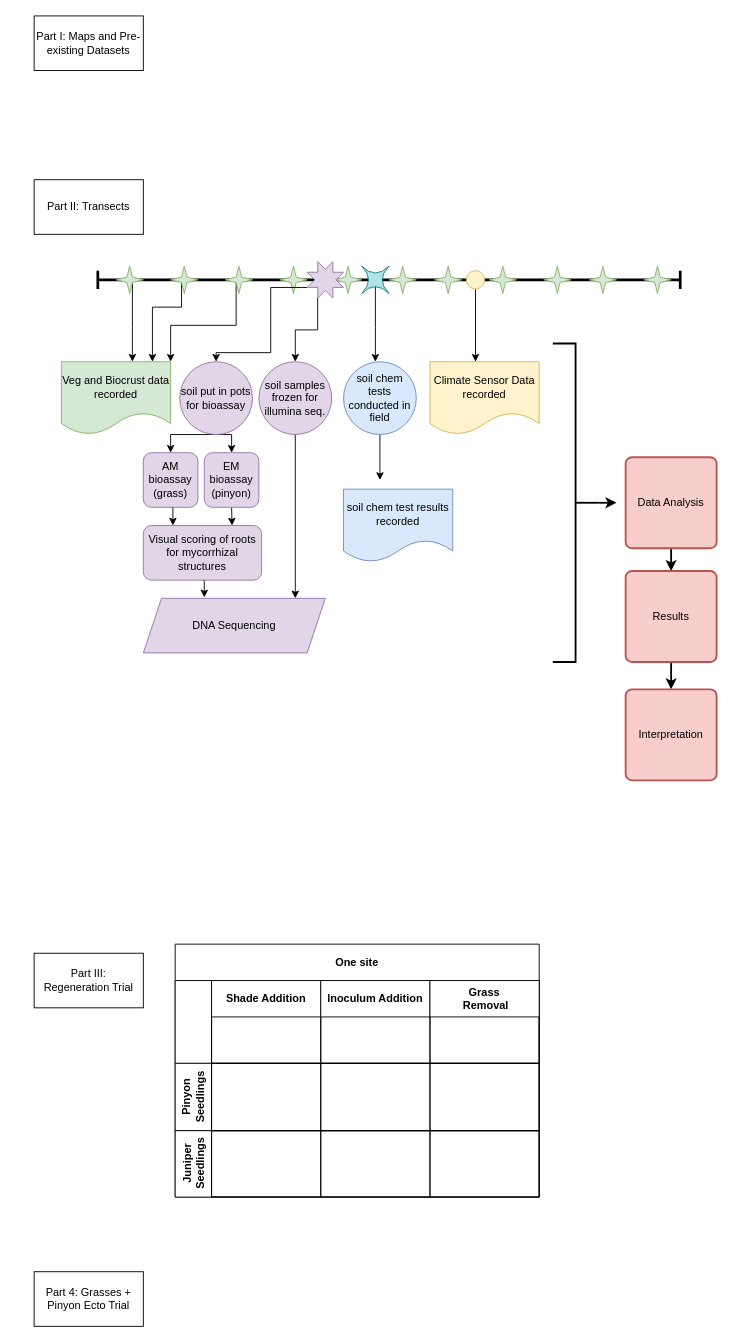
Above: page "Page-2" (2 of 3) of Transect Diagram.drawio in gtrimber/PJ_Project (draw.io), before the change. Source tidied: cells renumbered, new cells numbered last; positions are measured from the earlier drawing's top-left corner, leaving out a move shared by most shapes. Both pictures are drawn from the tidied source at 91%, with x=0, y=0 at pixel (34, 15).
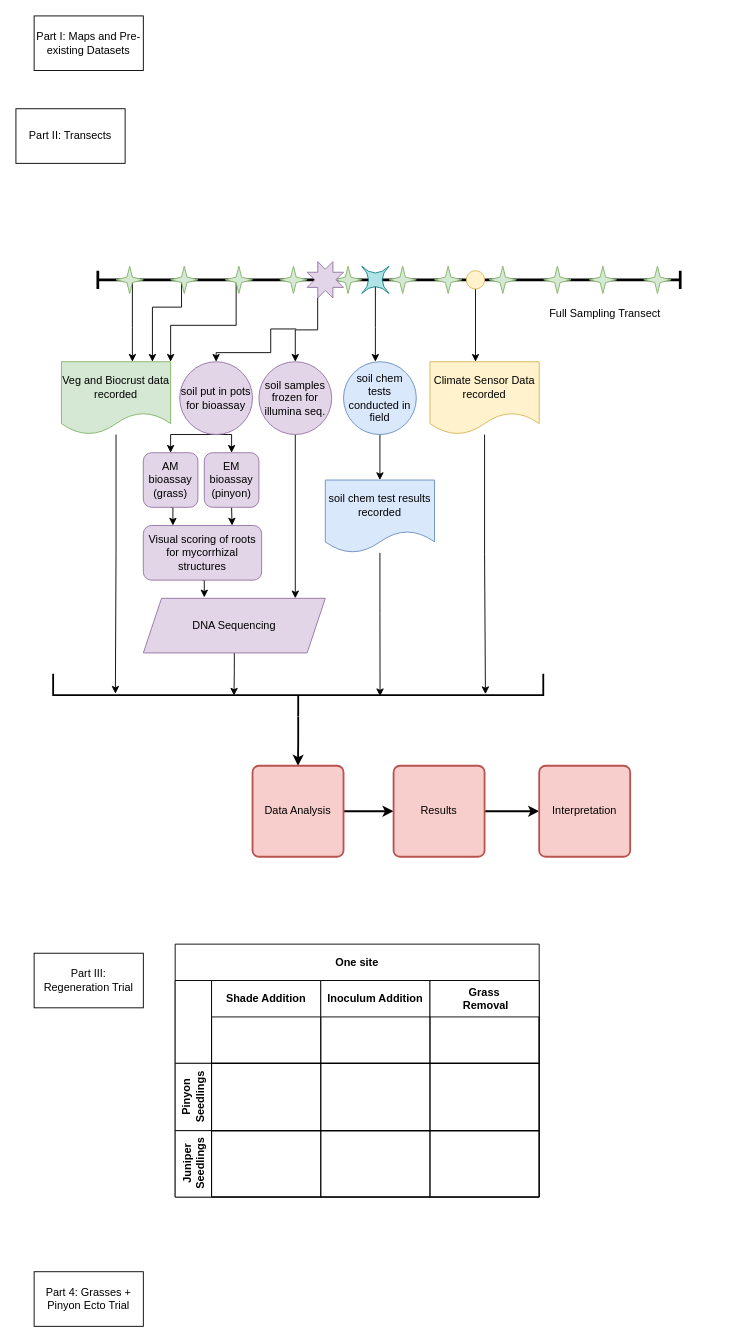
The same diagram, later.

Unchanged cells that the change refers to:
```xml
<mxCell id="19" style="verticalLabelPosition=bottom;verticalAlign=top;html=1;shape=mxgraph.basic.8_point_star;fillColor=#e1d5e7;strokeColor=#9673a6;" parent="1" vertex="1">
  <mxGeometry x="300" y="270" width="40" height="40" as="geometry" />
</mxCell>
<mxCell id="22" value="Veg and Biocrust data recorded" style="shape=document;whiteSpace=wrap;html=1;boundedLbl=1;fillColor=#d5e8d4;strokeColor=#82b366;" parent="1" vertex="1">
  <mxGeometry x="30" y="380" width="120" height="80" as="geometry" />
</mxCell>
<mxCell id="27" value="soil put in pots for bioassay" style="ellipse;whiteSpace=wrap;html=1;fillColor=#e1d5e7;strokeColor=#9673a6;" parent="1" vertex="1">
  <mxGeometry x="160" y="380" width="80" height="80" as="geometry" />
</mxCell>
<mxCell id="30" value="soil samples frozen for illumina seq." style="ellipse;whiteSpace=wrap;html=1;fillColor=#e1d5e7;strokeColor=#9673a6;" parent="1" vertex="1">
  <mxGeometry x="247" y="380" width="80" height="80" as="geometry" />
</mxCell>
<mxCell id="55" value="DNA Sequencing" style="shape=parallelogram;perimeter=parallelogramPerimeter;whiteSpace=wrap;html=1;fixedSize=1;fillColor=#e1d5e7;strokeColor=#9673a6;" parent="1" vertex="1">
  <mxGeometry x="120" y="640" width="200" height="60" as="geometry" />
</mxCell>
<mxCell id="56" value="Climate Sensor Data recorded" style="shape=document;whiteSpace=wrap;html=1;boundedLbl=1;fillColor=#fff2cc;strokeColor=#d6b656;" parent="1" vertex="1">
  <mxGeometry x="435" y="380" width="120" height="80" as="geometry" />
</mxCell>
```

Change to the diagram source:
```diff
@@
-    <mxCell id="17" style="edgeStyle=orthogonalEdgeStyle;rounded=0;jettySize=auto;html=1;exitX=0;exitY=0.71;exitDx=0;exitDy=0;exitPerimeter=0;entryX=0.5;entryY=0;entryDx=0;entryDy=0;" parent="1" edge="1" source="19" target="27">
+    <mxCell id="17" style="edgeStyle=orthogonalEdgeStyle;rounded=0;jettySize=auto;html=1;entryX=0.5;entryY=0;entryDx=0;entryDy=0;" parent="1" edge="1" target="27">
       <mxGeometry relative="1" as="geometry">
+        <mxPoint x="288" y="344" as="sourcePoint" />
         <Array as="points">
-          <mxPoint x="260" y="298" />
+          <mxPoint x="260" y="344" />
           <mxPoint x="260" y="370" />
           <mxPoint x="200" y="370" />
         </Array>
       </mxGeometry>
     </mxCell>
     <mxCell id="18" style="edgeStyle=orthogonalEdgeStyle;rounded=0;jettySize=auto;html=1;exitX=0.29;exitY=1;exitDx=0;exitDy=0;exitPerimeter=0;" parent="1" edge="1" source="19" target="30">
-      <mxGeometry relative="1" as="geometry" />
+      <mxGeometry relative="1" as="geometry">
+        <Array as="points">
+          <mxPoint x="312" y="345" />
+          <mxPoint x="287" y="345" />
+        </Array>
+      </mxGeometry>
     </mxCell>
@@
+    <mxCell id="65" style="edgeStyle=orthogonalEdgeStyle;rounded=0;jettySize=auto;html=1;entryX=0.535;entryY=0.127;entryDx=0;entryDy=0;entryPerimeter=0;" parent="1" edge="1" source="22" target="58">
+      <mxGeometry relative="1" as="geometry" />
+    </mxCell>
@@
+    <mxCell id="66" style="edgeStyle=orthogonalEdgeStyle;rounded=0;jettySize=auto;html=1;entryX=0.475;entryY=0.667;entryDx=0;entryDy=0;entryPerimeter=0;" parent="1" edge="1" source="28" target="58">
+      <mxGeometry relative="1" as="geometry" />
+    </mxCell>
     <mxCell id="28" value="soil chem test results recorded" style="shape=document;whiteSpace=wrap;html=1;boundedLbl=1;fillColor=#dae8fc;strokeColor=#6c8ebf;" parent="1" vertex="1">
-      <mxGeometry x="340" y="520" width="120" height="80" as="geometry" />
+      <mxGeometry x="320" y="510" width="120" height="80" as="geometry" />
     </mxCell>
@@
     <mxCell id="33" value="Part II: Transects" style="rounded=0;whiteSpace=wrap;html=1;" parent="1" vertex="1">
-      <mxGeometry y="180" width="120" height="60" as="geometry" />
+      <mxGeometry x="-20" y="102" width="120" height="60" as="geometry" />
     </mxCell>
@@
+    <mxCell id="67" style="edgeStyle=orthogonalEdgeStyle;rounded=0;jettySize=auto;html=1;exitX=0.5;exitY=1;exitDx=0;exitDy=0;entryX=0.489;entryY=0.369;entryDx=0;entryDy=0;entryPerimeter=0;" parent="1" edge="1" source="55" target="58">
+      <mxGeometry relative="1" as="geometry" />
+    </mxCell>
@@
+    <mxCell id="68" style="edgeStyle=orthogonalEdgeStyle;rounded=0;jettySize=auto;html=1;entryX=0.524;entryY=0.882;entryDx=0;entryDy=0;entryPerimeter=0;" parent="1" edge="1" source="56" target="58">
+      <mxGeometry relative="1" as="geometry" />
+    </mxCell>
@@
-    <mxCell id="57" style="edgeStyle=orthogonalEdgeStyle;rounded=0;jettySize=auto;html=1;exitX=0;exitY=0.5;exitDx=0;exitDy=0;exitPerimeter=0;strokeWidth=2;" parent="1" edge="1" source="58">
-      <mxGeometry relative="1" as="geometry">
-        <mxPoint x="640" y="535" as="targetPoint" />
-      </mxGeometry>
+    <mxCell id="57" style="edgeStyle=orthogonalEdgeStyle;rounded=0;jettySize=auto;html=1;exitX=0;exitY=0.5;exitDx=0;exitDy=0;exitPerimeter=0;strokeWidth=2;entryX=0.5;entryY=0;entryDx=0;entryDy=0;" parent="1" edge="1" source="58" target="60">
+      <mxGeometry relative="1" as="geometry" />
     </mxCell>
-    <mxCell id="58" style="strokeWidth=2;html=1;shape=mxgraph.flowchart.annotation_2;align=left;labelPosition=right;direction=west;" parent="1" vertex="1">
-      <mxGeometry x="570" y="360" width="50" height="350" as="geometry" />
+    <mxCell id="58" style="strokeWidth=2;html=1;shape=mxgraph.flowchart.annotation_2;align=left;labelPosition=right;direction=west;rotation=90;" parent="1" vertex="1">
+      <mxGeometry x="266.8" y="477.1" width="46.8" height="538.6" as="geometry" />
     </mxCell>
-    <mxCell id="59" style="edgeStyle=orthogonalEdgeStyle;rounded=0;jettySize=auto;html=1;exitX=0.5;exitY=1;exitDx=0;exitDy=0;entryX=0.5;entryY=0;entryDx=0;entryDy=0;strokeWidth=2;" parent="1" edge="1" source="60" target="62">
+    <mxCell id="59" style="edgeStyle=orthogonalEdgeStyle;rounded=0;jettySize=auto;html=1;exitX=1;exitY=0.5;exitDx=0;exitDy=0;entryX=0;entryY=0.5;entryDx=0;entryDy=0;strokeWidth=2;" parent="1" edge="1" source="60" target="62">
       <mxGeometry relative="1" as="geometry" />
     </mxCell>
     <mxCell id="60" value="Data Analysis" style="rounded=1;whiteSpace=wrap;html=1;absoluteArcSize=1;arcSize=14;strokeWidth=2;fillColor=#f8cecc;strokeColor=#b85450;" parent="1" vertex="1">
-      <mxGeometry x="650" y="485" width="100" height="100" as="geometry" />
+      <mxGeometry x="240" y="824" width="100" height="100" as="geometry" />
     </mxCell>
-    <mxCell id="61" style="edgeStyle=orthogonalEdgeStyle;rounded=0;jettySize=auto;html=1;exitX=0.5;exitY=1;exitDx=0;exitDy=0;entryX=0.5;entryY=0;entryDx=0;entryDy=0;strokeWidth=2;" parent="1" edge="1" source="62" target="63">
+    <mxCell id="61" style="edgeStyle=orthogonalEdgeStyle;rounded=0;jettySize=auto;html=1;exitX=1;exitY=0.5;exitDx=0;exitDy=0;strokeWidth=2;" parent="1" edge="1" source="62" target="63">
       <mxGeometry relative="1" as="geometry" />
     </mxCell>
     <mxCell id="62" value="Results" style="rounded=1;whiteSpace=wrap;html=1;absoluteArcSize=1;arcSize=14;strokeWidth=2;fillColor=#f8cecc;strokeColor=#b85450;" parent="1" vertex="1">
-      <mxGeometry x="650" y="610" width="100" height="100" as="geometry" />
+      <mxGeometry x="395" y="824" width="100" height="100" as="geometry" />
     </mxCell>
     <mxCell id="63" value="Interpretation" style="rounded=1;whiteSpace=wrap;html=1;absoluteArcSize=1;arcSize=14;strokeWidth=2;fillColor=#f8cecc;strokeColor=#b85450;" parent="1" vertex="1">
-      <mxGeometry x="650" y="740" width="100" height="100" as="geometry" />
+      <mxGeometry x="555" y="824" width="100" height="100" as="geometry" />
     </mxCell>
@@
+    <mxCell id="69" value="&lt;font style=&quot;font-size: 12px&quot;&gt;Full Sampling Transect&lt;/font&gt;" style="text;html=1;align=center;verticalAlign=middle;" parent="1" vertex="1">
+      <mxGeometry x="560" y="318" width="133" height="18" as="geometry" />
+    </mxCell>
```
